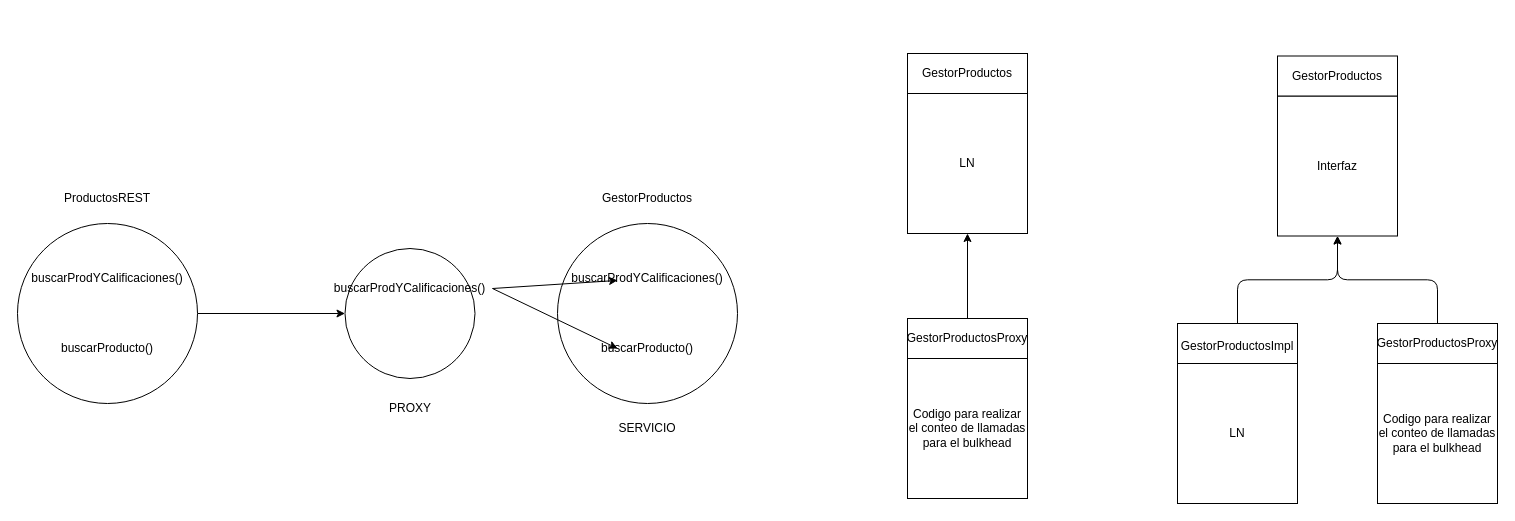
Before: page "Página-20" (20 of 25) of atsistemas_patrones.drawio in lrag/Patrones, a draw.io diagram. Source tidied: cells renumbered, new cells numbered last; positions are measured from the earlier drawing's top-left corner, leaving out a move shared by most shapes. Both pictures are drawn from the tidied source at 100%, with x=0, y=0 at pixel (17, 53).
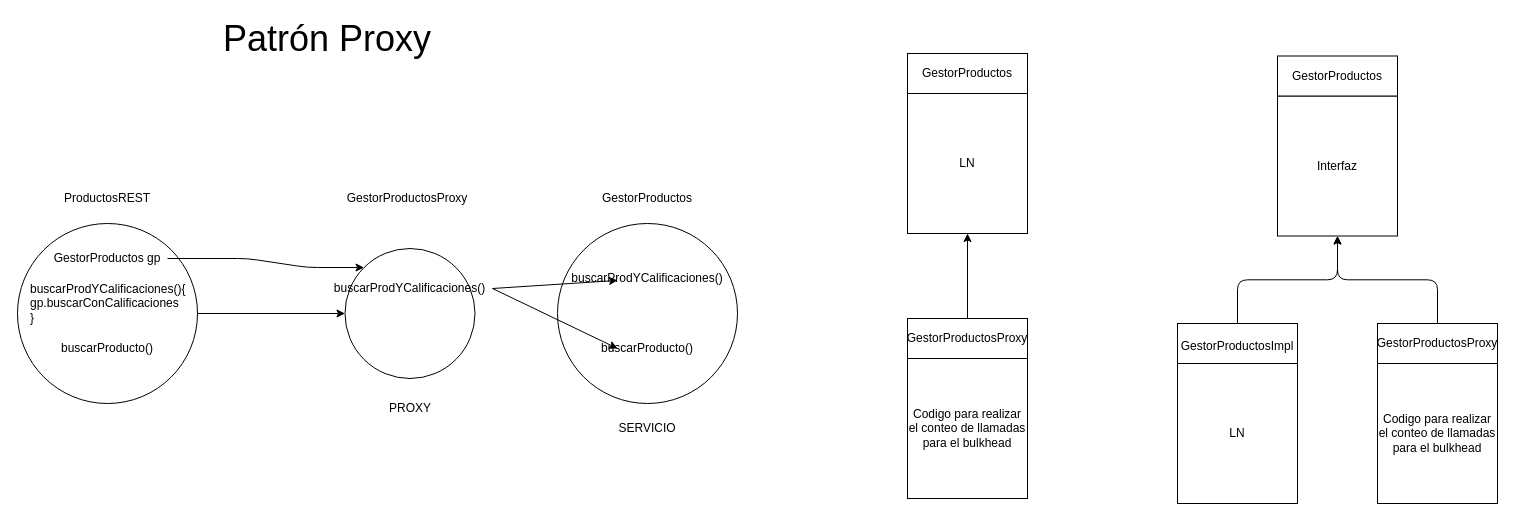
Above is the later version.

Unchanged cells that the change refers to:
```xml
<mxCell id="11" style="ellipse;whiteSpace=wrap;html=1;" parent="1" vertex="1">
  <mxGeometry x="327.5" y="195" width="130" height="130" as="geometry" />
</mxCell>
```

What changed in the source:
```diff
@@
-    <mxCell id="8" value="buscarProdYCalificaciones()" style="text;html=1;strokeColor=none;fillColor=none;align=center;verticalAlign=middle;whiteSpace=wrap;rounded=0;" parent="1" vertex="1">
-      <mxGeometry x="60" y="210" width="60" height="30" as="geometry" />
+    <mxCell id="8" value="buscarProdYCalificaciones(){&amp;nbsp; &amp;nbsp; &amp;nbsp; gp.buscarConCalificaciones &lt;br&gt;}" style="text;html=1;strokeColor=none;fillColor=none;align=left;verticalAlign=middle;whiteSpace=wrap;rounded=0;" parent="1" vertex="1">
+      <mxGeometry x="11" y="235" width="209" height="30" as="geometry" />
     </mxCell>
@@
+    <mxCell id="35" value="&lt;font style=&quot;font-size: 36px&quot;&gt;Patrón Proxy&lt;/font&gt;" style="text;html=1;strokeColor=none;fillColor=none;align=center;verticalAlign=middle;whiteSpace=wrap;rounded=0;fontSize=12;" parent="1" vertex="1">
+      <mxGeometry x="145" y="-30" width="330" height="30" as="geometry" />
+    </mxCell>
+    <mxCell id="36" value="GestorProductosProxy" style="text;html=1;strokeColor=none;fillColor=none;align=center;verticalAlign=middle;whiteSpace=wrap;rounded=0;" parent="1" vertex="1">
+      <mxGeometry x="360" y="130" width="60" height="30" as="geometry" />
+    </mxCell>
+    <mxCell id="37" value="GestorProductos gp" style="text;html=1;strokeColor=none;fillColor=none;align=center;verticalAlign=middle;whiteSpace=wrap;rounded=0;fontSize=12;" parent="1" vertex="1">
+      <mxGeometry x="30" y="190" width="120" height="30" as="geometry" />
+    </mxCell>
+    <mxCell id="38" style="endArrow=classic;html=1;rounded=1;fontSize=12;strokeColor=#000000;strokeWidth=1;exitX=1;exitY=0.5;exitDx=0;exitDy=0;entryX=0;entryY=0;entryDx=0;entryDy=0;" parent="1" edge="1" source="37" target="11">
+      <mxGeometry relative="1" as="geometry">
+        <Array as="points">
+          <mxPoint x="230" y="205" />
+          <mxPoint x="290" y="214" />
+        </Array>
+      </mxGeometry>
+    </mxCell>
```
